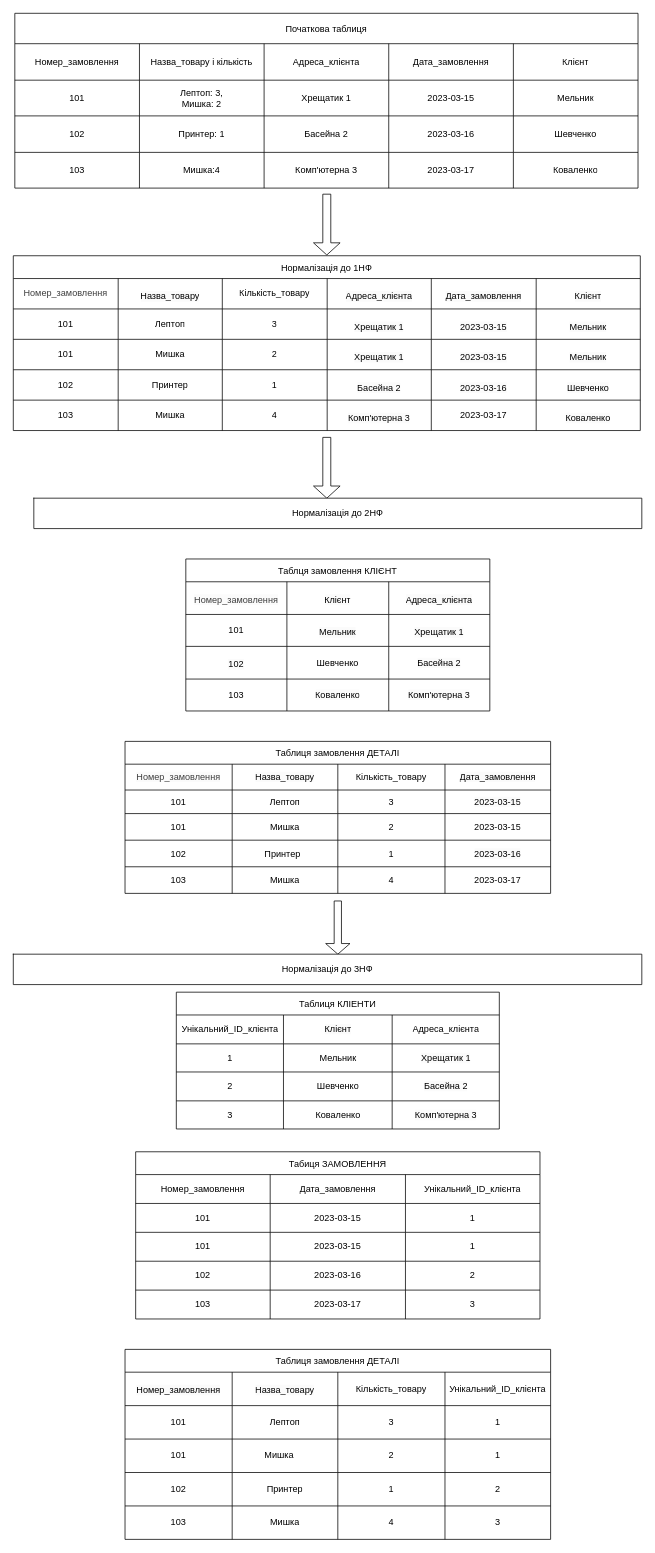
Above: trasform_table_to_table.drawio in petroDavydov/goit-rdb-hw-02 (draw.io), before the change. Source tidied: cells renumbered, new cells numbered last; positions are measured from the earlier drawing's top-left corner, leaving out a move shared by most shapes. Both pictures are drawn from the tidied source at 76%, with x=0, y=0 at pixel (13, 13).
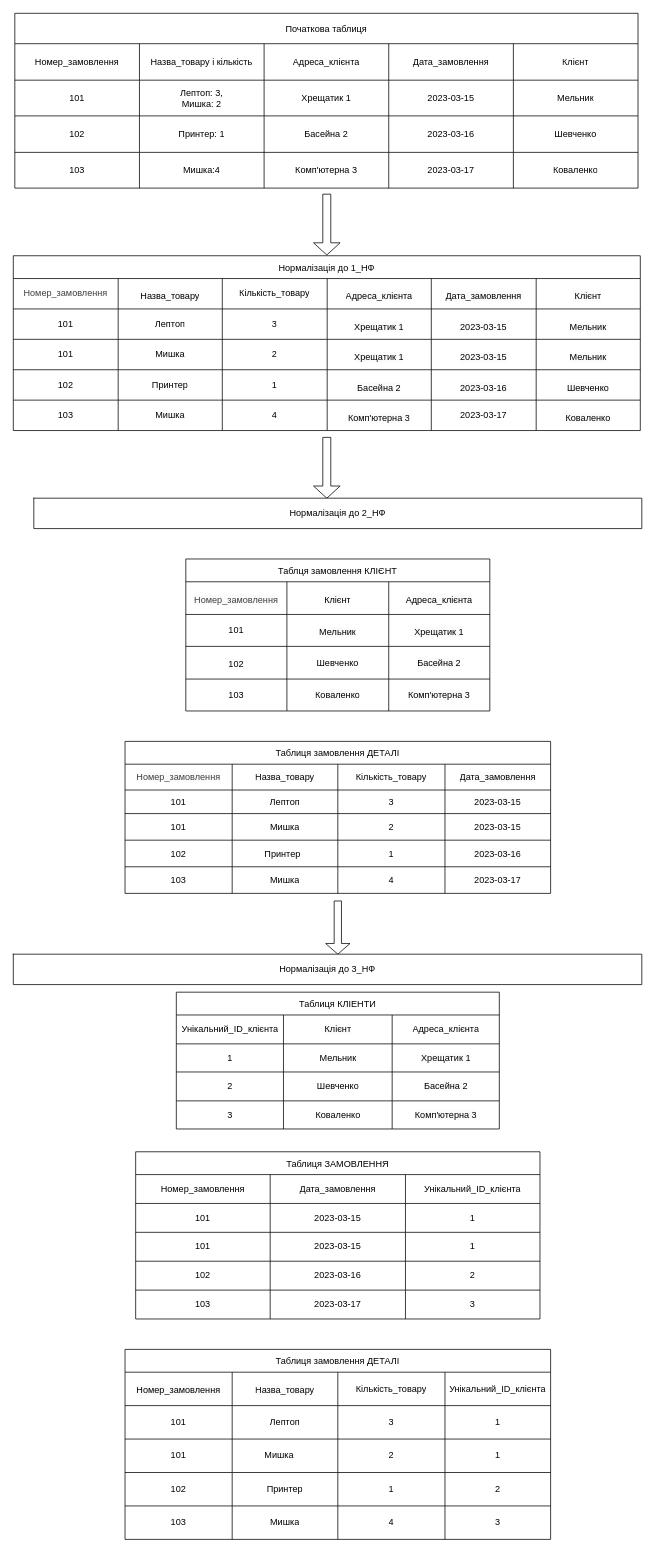
The same page after the edit.

Unchanged cells that the change refers to:
```xml
<mxCell id="83" style="shape=tableRow;horizontal=0;startSize=0;swimlaneHead=0;swimlaneBody=0;strokeColor=inherit;top=0;left=0;bottom=0;right=0;fillColor=none;" parent="82" vertex="1">
  <mxGeometry width="800" height="40" as="geometry" />
</mxCell>
<mxCell id="113" style="shape=tableRow;horizontal=0;startSize=0;swimlaneHead=0;swimlaneBody=0;strokeColor=inherit;top=0;left=0;bottom=0;right=0;fillColor=none;" parent="112" vertex="1">
  <mxGeometry width="827" height="40" as="geometry" />
</mxCell>
```

The edit, as a diff of the source:
```diff
@@
-    <mxCell id="28" value="Нормалізація до 1НФ" style="shape=table;startSize=30;childLayout=tableLayout;" parent="1" vertex="1">
+    <mxCell id="28" value="Нормалізація до 1_НФ" style="shape=table;startSize=30;childLayout=tableLayout;" parent="1" vertex="1">
       <mxGeometry y="319" width="825" height="230" as="geometry" />
     </mxCell>
@@
-    <mxCell id="84" value="Нормалізація до 2НФ" style="shape=partialRectangle;html=1;whiteSpace=wrap;strokeColor=inherit;overflow=hidden;fillColor=none;top=0;left=0;bottom=0;right=0;" parent="83" vertex="1">
+    <mxCell id="84" value="Нормалізація до 2_НФ" style="shape=partialRectangle;html=1;whiteSpace=wrap;strokeColor=inherit;overflow=hidden;fillColor=none;top=0;left=0;bottom=0;right=0;" parent="83" vertex="1">
       <mxGeometry width="800" height="40" as="geometry" />
     </mxCell>
@@
-    <mxCell id="114" value="Нормалізація до 3НФ" style="shape=partialRectangle;html=1;whiteSpace=wrap;strokeColor=inherit;overflow=hidden;fillColor=none;top=0;left=0;bottom=0;right=0;" parent="113" vertex="1">
+    <mxCell id="114" value="Нормалізація до 3_НФ" style="shape=partialRectangle;html=1;whiteSpace=wrap;strokeColor=inherit;overflow=hidden;fillColor=none;top=0;left=0;bottom=0;right=0;" parent="113" vertex="1">
       <mxGeometry width="827" height="40" as="geometry" />
     </mxCell>
@@
-    <mxCell id="132" value="Табиця ЗАМОВЛЕННЯ" style="shape=table;startSize=30;childLayout=tableLayout;" parent="1" vertex="1">
+    <mxCell id="132" value="Таблиця ЗАМОВЛЕННЯ" style="shape=table;startSize=30;childLayout=tableLayout;" parent="1" vertex="1">
       <mxGeometry x="161" y="1498" width="532" height="220" as="geometry" />
     </mxCell>
```
